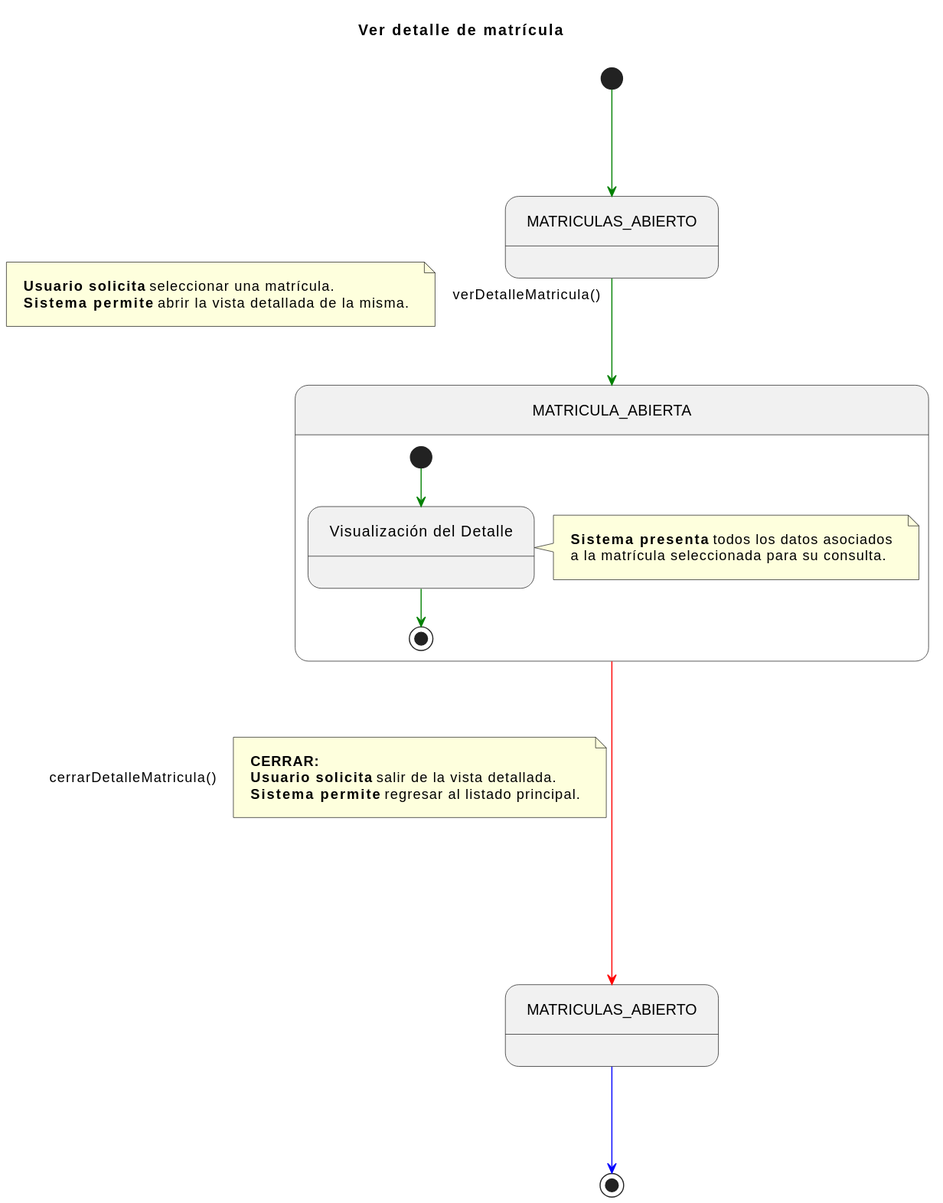
Before: documents/CasosDeUso/DetalladoCasosDeUso/Secretaria/consultarDetalleMatricula.svg, a diagram exported from PlantUML (enmabry/25-26-IdSw1-SdR). The source it was exported from:
```plantuml
@startuml
title Ver detalle de matrícula

skinparam nodesep 100
skinparam ranksep 100
skinparam linetype ortho
skinparam Padding 10

state MATRICULAS_ABIERTO_INICIAL   as "MATRICULAS_ABIERTO"
state MATRICULA_ABIERTA_COMP       as "MATRICULA_ABIERTA"
state MATRICULAS_ABIERTO_FINAL     as "MATRICULAS_ABIERTO"

[*] -[#green]-> MATRICULAS_ABIERTO_INICIAL

MATRICULAS_ABIERTO_INICIAL -[#green]-> MATRICULA_ABIERTA_COMP : verDetalleMatricula()
note left on link
    <b>Usuario solicita</b> seleccionar una matrícula.
    <b>Sistema permite</b> abrir la vista detallada de la misma.
end note

state MATRICULA_ABIERTA_COMP {
    state VisualizacionDetalle as "Visualización del Detalle"

    [*] -[#green]-> VisualizacionDetalle

    note right of VisualizacionDetalle
        <b>Sistema presenta</b> todos los datos asociados
        a la matrícula seleccionada para su consulta.
    end note

    VisualizacionDetalle -[#green]-> [*]
}


MATRICULA_ABIERTA_COMP -[#red]---> MATRICULAS_ABIERTO_FINAL : cerrarDetalleMatricula()
note right on link
    <b>CERRAR:</b>
    <b>Usuario solicita</b> salir de la vista detallada.
    <b>Sistema permite</b> regresar al listado principal.
end note

MATRICULAS_ABIERTO_FINAL -[#blue]-> [*]
@enduml
```
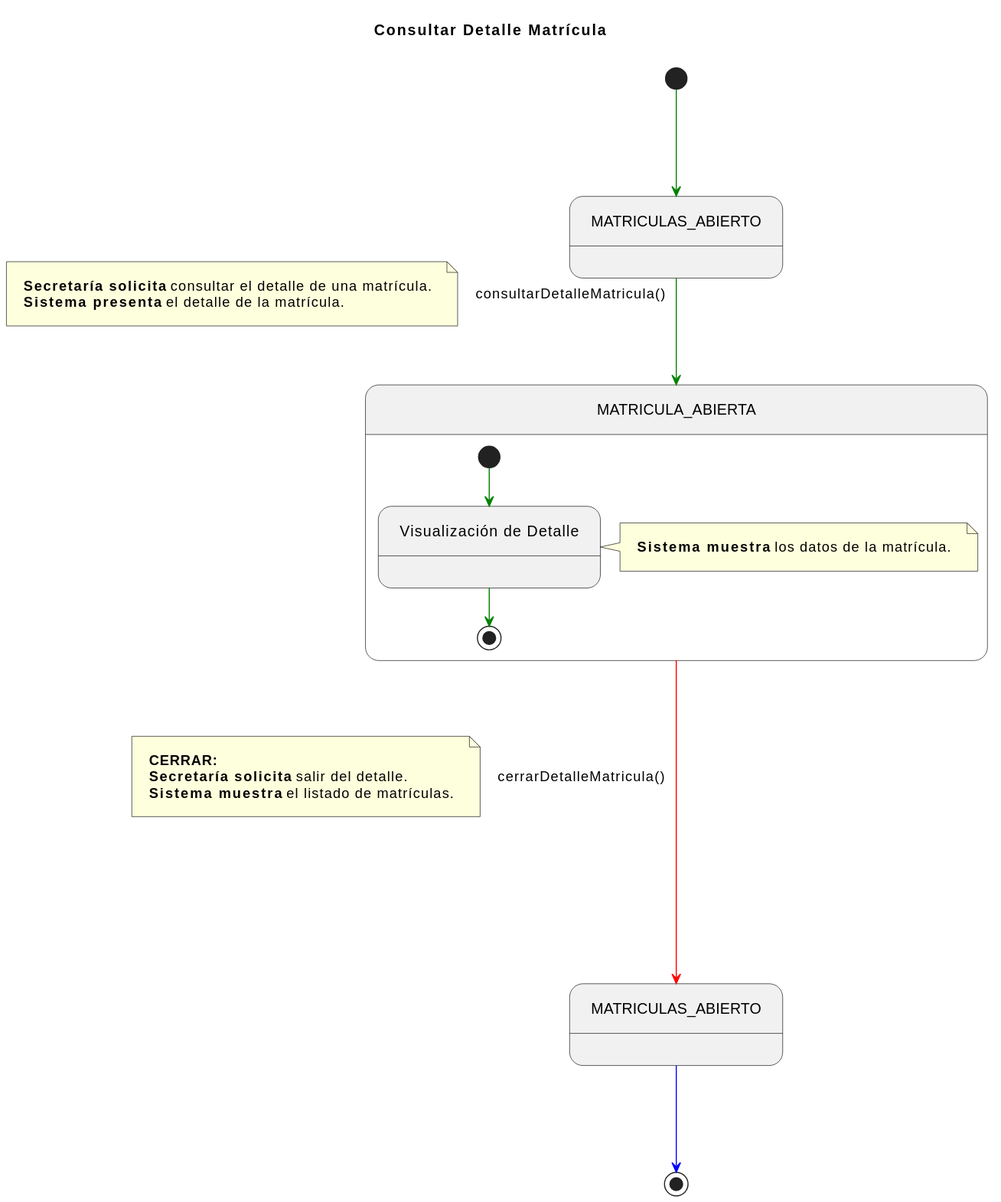
Later version of the same file.

Commit message:
fix: corregir terminología y estructura en la mayoria de los casos de uso de Secretaría

Change to the diagram source:
```diff
@@ -1,42 +1,36 @@
 @startuml
-title Ver detalle de matrícula
-
+title Consultar Detalle Matrícula
 skinparam nodesep 100
 skinparam ranksep 100
 skinparam linetype ortho
 skinparam Padding 10
 
-state MATRICULAS_ABIERTO_INICIAL   as "MATRICULAS_ABIERTO"
-state MATRICULA_ABIERTA_COMP       as "MATRICULA_ABIERTA"
-state MATRICULAS_ABIERTO_FINAL     as "MATRICULAS_ABIERTO"
+state MATRICULAS_ABIERTO_INICIAL as "MATRICULAS_ABIERTO"
+state MATRICULA_ABIERTA_COMP     as "MATRICULA_ABIERTA"
+state MATRICULAS_ABIERTO_FINAL   as "MATRICULAS_ABIERTO"
 
 [*] -[#green]-> MATRICULAS_ABIERTO_INICIAL
 
-MATRICULAS_ABIERTO_INICIAL -[#green]-> MATRICULA_ABIERTA_COMP : verDetalleMatricula()
+MATRICULAS_ABIERTO_INICIAL -[#green]-> MATRICULA_ABIERTA_COMP : consultarDetalleMatricula()
 note left on link
-    <b>Usuario solicita</b> seleccionar una matrícula.
-    <b>Sistema permite</b> abrir la vista detallada de la misma.
+    <b>Secretaría solicita</b> consultar el detalle de una matrícula.
+    <b>Sistema presenta</b> el detalle de la matrícula.
 end note
 
 state MATRICULA_ABIERTA_COMP {
-    state VisualizacionDetalle as "Visualización del Detalle"
-
+    state VisualizacionDetalle as "Visualización de Detalle"
     [*] -[#green]-> VisualizacionDetalle
-
     note right of VisualizacionDetalle
-        <b>Sistema presenta</b> todos los datos asociados
-        a la matrícula seleccionada para su consulta.
+        <b>Sistema muestra</b> los datos de la matrícula.
     end note
-
     VisualizacionDetalle -[#green]-> [*]
 }
 
-
 MATRICULA_ABIERTA_COMP -[#red]---> MATRICULAS_ABIERTO_FINAL : cerrarDetalleMatricula()
-note right on link
+note left on link
     <b>CERRAR:</b>
-    <b>Usuario solicita</b> salir de la vista detallada.
-    <b>Sistema permite</b> regresar al listado principal.
+    <b>Secretaría solicita</b> salir del detalle.
+    <b>Sistema muestra</b> el listado de matrículas.
 end note
 
 MATRICULAS_ABIERTO_FINAL -[#blue]-> [*]
```
